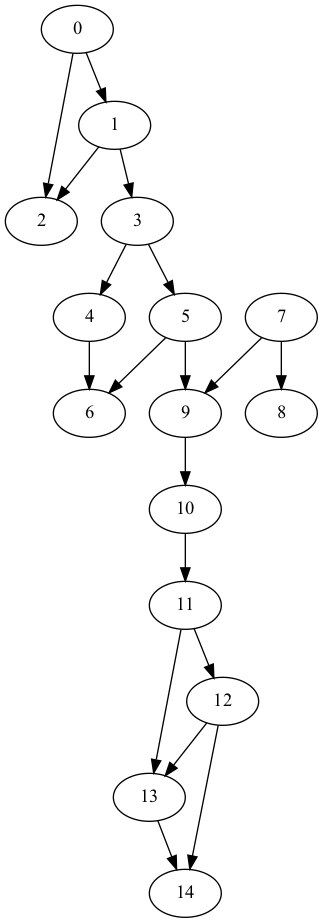
This is aoj/courses/GRL/GRL_3_A/graph.png from takuma-saito/procon, a Graphviz export, as it was before one commit. Its source is kept beside it as aoj/courses/GRL/GRL_3_A/graph.dot. The source it was exported from:
```dot
digraph {
0 -> 1
0 -> 2
1 -> 2
1 -> 3
3 -> 5
3 -> 4
4 -> 6
5 -> 6
5 -> 9
7 -> 9
7 -> 8
9 -> 10
10 -> 11
11 -> 12
11 -> 13
12 -> 13
13 -> 14
12 -> 14
}
```
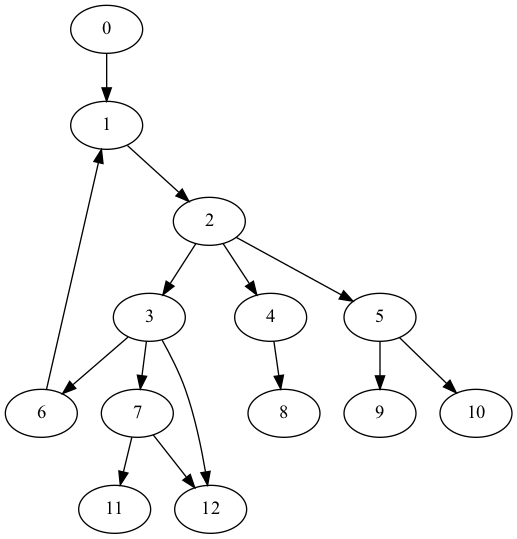
The same diagram one commit later.

What changed in the source:
```diff
@@ -1,20 +1,16 @@
 digraph {
 0 -> 1
-0 -> 2
 1 -> 2
-1 -> 3
-3 -> 5
-3 -> 4
-4 -> 6
-5 -> 6
+2 -> 3
+2 -> 4
+2 -> 5
+3 -> 6
+3 -> 7
+4 -> 8
 5 -> 9
-7 -> 9
-7 -> 8
-9 -> 10
-10 -> 11
-11 -> 12
-11 -> 13
-12 -> 13
-13 -> 14
-12 -> 14
+5 -> 10
+7 -> 11
+7 -> 12
+6 -> 1
+3 -> 12
 }
```
